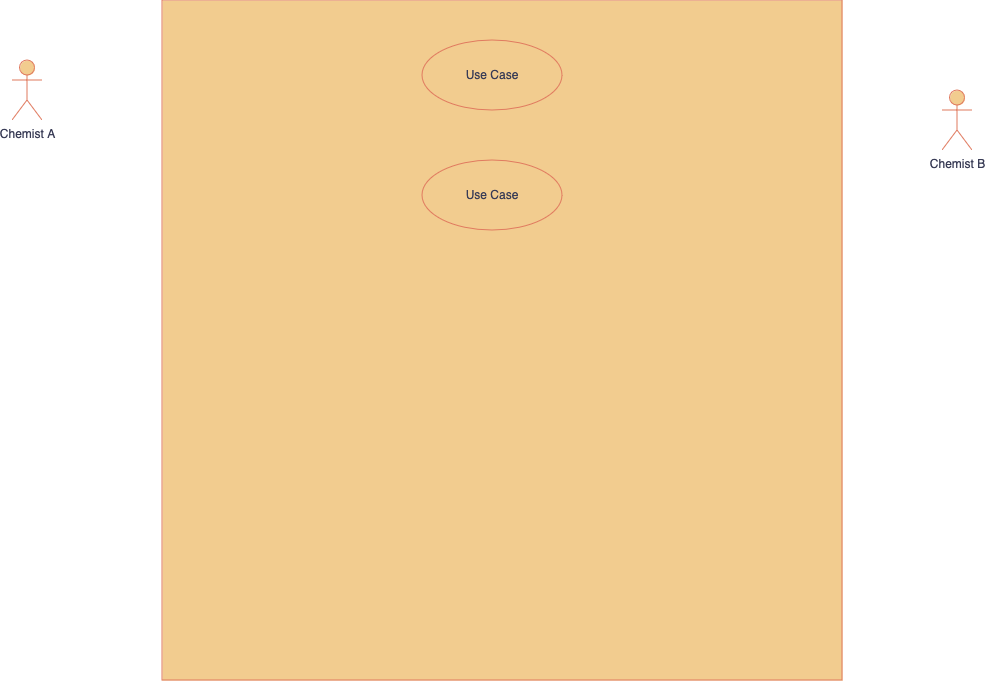
Earlier version of the draw.io export use-case.png (a-l-a-z-a-r/Chemical-Mixing-Data-Synthesis). Source tidied: cells renumbered, new cells last; positions are measured from the earlier drawing's top-left corner, leaving out a move shared by most shapes.
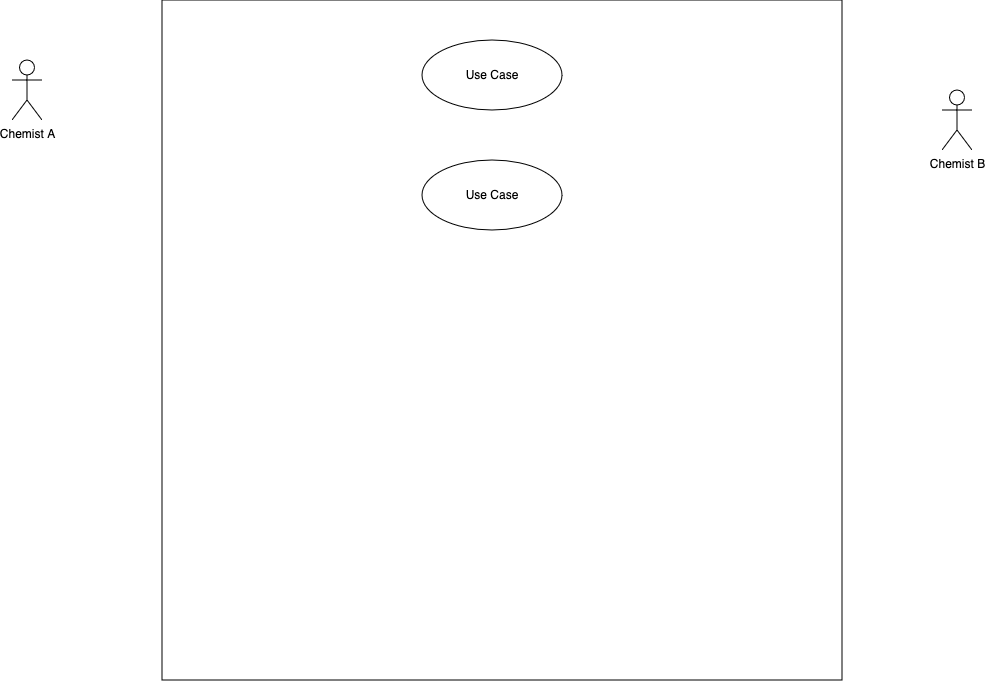
After the commit.

The edit, as a diff of the source:
```diff
@@ -2,19 +2,19 @@
   <root>
     <mxCell id="0" />
     <mxCell id="1" parent="0" />
-    <mxCell id="2" style="whiteSpace=wrap;html=1;labelBackgroundColor=none;fillColor=#F2CC8F;strokeColor=#E07A5F;fontColor=#393C56;" parent="1" vertex="1">
+    <mxCell id="2" style="whiteSpace=wrap;html=1;labelBackgroundColor=none;" parent="1" vertex="1">
       <mxGeometry x="150" width="680" height="680" as="geometry" />
     </mxCell>
-    <mxCell id="3" value="Chemist A" style="shape=umlActor;verticalLabelPosition=bottom;verticalAlign=top;html=1;labelBackgroundColor=none;fillColor=#F2CC8F;strokeColor=#E07A5F;fontColor=#393C56;" parent="1" vertex="1">
+    <mxCell id="3" value="Chemist A" style="shape=umlActor;verticalLabelPosition=bottom;verticalAlign=top;html=1;labelBackgroundColor=none;" parent="1" vertex="1">
       <mxGeometry y="60" width="30" height="60" as="geometry" />
     </mxCell>
-    <mxCell id="4" value="&lt;div&gt;Chemist B&lt;/div&gt;&lt;div&gt;&lt;br&gt;&lt;/div&gt;" style="shape=umlActor;verticalLabelPosition=bottom;verticalAlign=top;html=1;labelBackgroundColor=none;fillColor=#F2CC8F;strokeColor=#E07A5F;fontColor=#393C56;" parent="1" vertex="1">
+    <mxCell id="4" value="&lt;div&gt;Chemist B&lt;/div&gt;&lt;div&gt;&lt;br&gt;&lt;/div&gt;" style="shape=umlActor;verticalLabelPosition=bottom;verticalAlign=top;html=1;labelBackgroundColor=none;" parent="1" vertex="1">
       <mxGeometry x="930" y="90" width="30" height="60" as="geometry" />
     </mxCell>
-    <mxCell id="5" value="Use Case" style="ellipse;whiteSpace=wrap;html=1;labelBackgroundColor=none;fillColor=#F2CC8F;strokeColor=#E07A5F;fontColor=#393C56;" parent="1" vertex="1">
+    <mxCell id="5" value="Use Case" style="ellipse;whiteSpace=wrap;html=1;labelBackgroundColor=none;" parent="1" vertex="1">
       <mxGeometry x="410" y="40" width="140" height="70" as="geometry" />
     </mxCell>
-    <mxCell id="6" value="Use Case" style="ellipse;whiteSpace=wrap;html=1;labelBackgroundColor=none;fillColor=#F2CC8F;strokeColor=#E07A5F;fontColor=#393C56;" parent="1" vertex="1">
+    <mxCell id="6" value="Use Case" style="ellipse;whiteSpace=wrap;html=1;labelBackgroundColor=none;" parent="1" vertex="1">
       <mxGeometry x="410" y="160" width="140" height="70" as="geometry" />
     </mxCell>
   </root>
```
